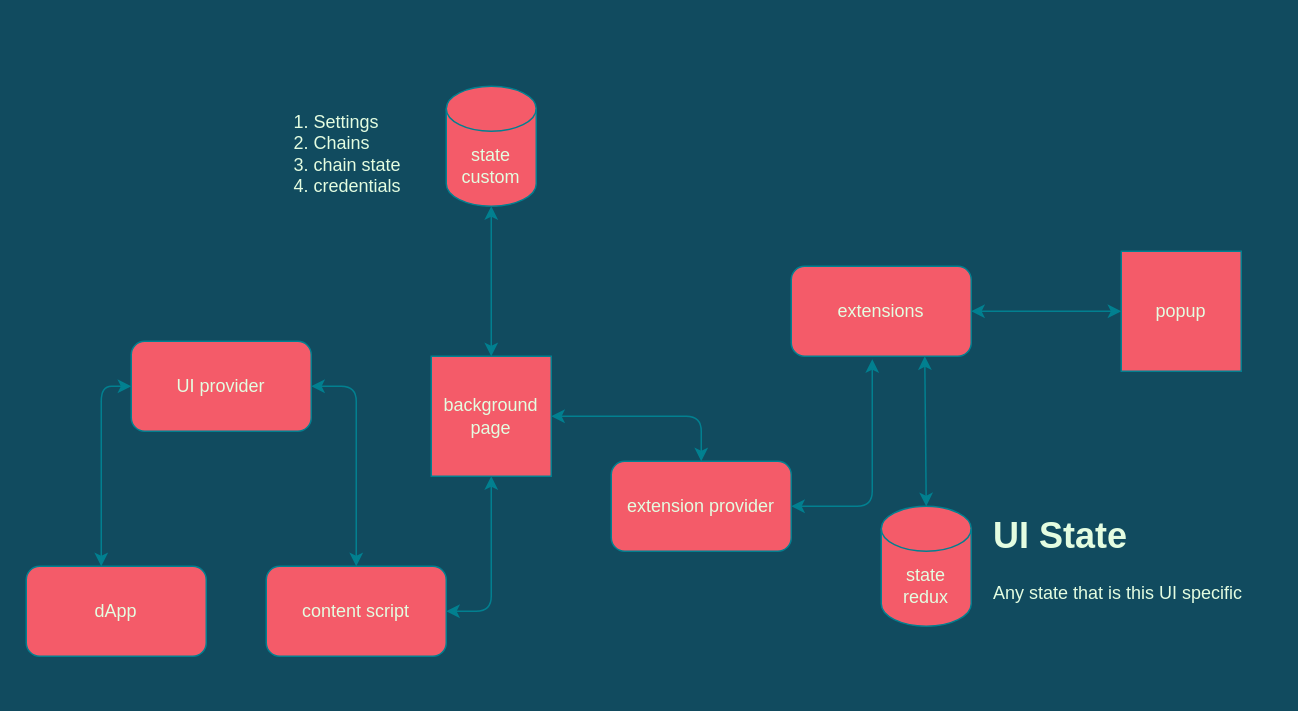
Above: architecture/state-store.drawio in ava-labs/core-extension (draw.io), before the change. Source tidied: cells renumbered, new cells numbered last; positions are measured from the earlier drawing's top-left corner, leaving out a move shared by most shapes. Both pictures are drawn from the tidied source at 150%, with x=0, y=0 at pixel (26, 26).
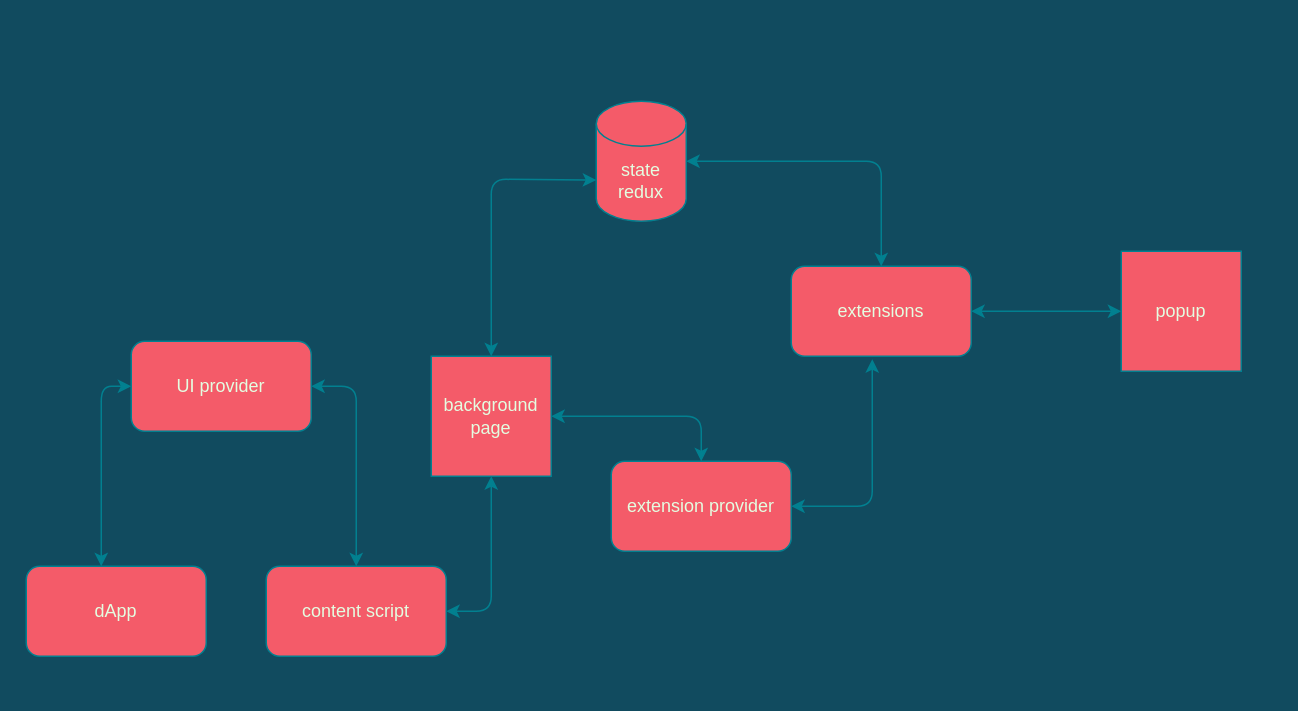
Above is the later version.

The change refers to these unchanged cells:
```xml
<mxCell id="2" value="background page" style="whiteSpace=wrap;html=1;fillColor=#F45B69;strokeColor=#028090;fontColor=#E4FDE1;" parent="1" vertex="1">
  <mxGeometry x="270" y="220" width="80" height="80" as="geometry" />
</mxCell>
<mxCell id="3" value="extensions" style="rounded=1;whiteSpace=wrap;html=1;fillColor=#F45B69;strokeColor=#028090;fontColor=#E4FDE1;" parent="1" vertex="1">
  <mxGeometry x="510" y="160" width="120" height="60" as="geometry" />
</mxCell>
```

Change to the diagram source:
```diff
@@
-    <mxCell id="6" value="state custom" style="shape=cylinder3;whiteSpace=wrap;html=1;boundedLbl=1;backgroundOutline=1;size=15;fillColor=#F45B69;strokeColor=#028090;fontColor=#E4FDE1;" parent="1" vertex="1">
-      <mxGeometry x="280" y="40" width="60" height="80" as="geometry" />
-    </mxCell>
-    <mxCell id="7" style="endArrow=classic;startArrow=classic;html=1;entryX=0.5;entryY=1;entryDx=0;entryDy=0;entryPerimeter=0;exitX=0.5;exitY=0;exitDx=0;exitDy=0;labelBackgroundColor=#114B5F;strokeColor=#028090;fontColor=#E4FDE1;" parent="1" edge="1" source="2" target="6">
-      <mxGeometry relative="1" as="geometry" />
+    <mxCell id="7" style="endArrow=classic;startArrow=classic;html=1;entryX=0;entryY=0;entryDx=0;entryDy=52.5;entryPerimeter=0;exitX=0.5;exitY=0;exitDx=0;exitDy=0;labelBackgroundColor=#114B5F;strokeColor=#028090;fontColor=#E4FDE1;" parent="1" edge="1" source="2" target="11">
+      <mxGeometry relative="1" as="geometry">
+        <Array as="points">
+          <mxPoint x="310" y="102" />
+        </Array>
+      </mxGeometry>
     </mxCell>
@@
-    <mxCell id="11" value="state redux" style="shape=cylinder3;whiteSpace=wrap;html=1;boundedLbl=1;backgroundOutline=1;size=15;fillColor=#F45B69;strokeColor=#028090;fontColor=#E4FDE1;" parent="1" vertex="1">
-      <mxGeometry x="570" y="320" width="60" height="80" as="geometry" />
-    </mxCell>
-    <mxCell id="12" style="endArrow=classic;startArrow=classic;html=1;entryX=0.5;entryY=1;entryDx=0;entryDy=0;entryPerimeter=0;exitX=0.5;exitY=0;exitDx=0;exitDy=0;exitPerimeter=0;labelBackgroundColor=#114B5F;strokeColor=#028090;fontColor=#E4FDE1;" parent="1" edge="1" source="11">
+    <mxCell id="12" style="endArrow=classic;startArrow=classic;html=1;entryX=0.5;entryY=1;entryDx=0;entryDy=0;entryPerimeter=0;exitX=0.5;exitY=0;exitDx=0;exitDy=0;labelBackgroundColor=#114B5F;strokeColor=#028090;fontColor=#E4FDE1;" parent="1" edge="1" source="3">
       <mxGeometry relative="1" as="geometry">
-        <mxPoint x="599" y="220" as="targetPoint" />
+        <mxPoint x="440" y="90" as="targetPoint" />
+        <Array as="points">
+          <mxPoint x="570" y="90" />
+        </Array>
       </mxGeometry>
     </mxCell>
@@
-    <mxCell id="14" value="&lt;ol&gt;&lt;li&gt;Settings&lt;/li&gt;&lt;li&gt;Chains&lt;/li&gt;&lt;li&gt;chain state&lt;/li&gt;&lt;li&gt;credentials&lt;/li&gt;&lt;/ol&gt;" style="text;strokeColor=none;fillColor=none;html=1;whiteSpace=wrap;verticalAlign=middle;overflow=hidden;fontColor=#E4FDE1;" parent="1" vertex="1">
-      <mxGeometry x="150" width="140" height="170" as="geometry" />
-    </mxCell>
-    <mxCell id="15" value="&lt;h1&gt;UI State&lt;/h1&gt;&lt;p&gt;Any state that is this UI specific&lt;/p&gt;" style="text;html=1;strokeColor=none;fillColor=none;spacing=5;spacingTop=-20;whiteSpace=wrap;overflow=hidden;rounded=0;fontColor=#E4FDE1;" parent="1" vertex="1">
-      <mxGeometry x="640" y="320" width="190" height="120" as="geometry" />
-    </mxCell>
@@
+    <mxCell id="11" value="state redux" style="shape=cylinder3;whiteSpace=wrap;html=1;boundedLbl=1;backgroundOutline=1;size=15;fillColor=#F45B69;strokeColor=#028090;fontColor=#E4FDE1;" parent="1" vertex="1">
+      <mxGeometry x="380" y="50" width="60" height="80" as="geometry" />
+    </mxCell>
```
